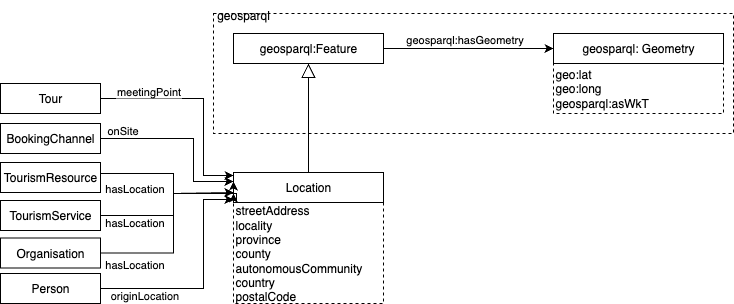
This is diagrams/fig3-Location.png from TURISMO-Ontologia/core-ontology, a draw.io export, as it was before one commit. Source tidied: cells renumbered, new cells last; positions are measured from the earlier drawing's top-left corner, leaving out a move shared by most shapes. Its diagram source:
```xml
<mxGraphModel>
  <root>
    <mxCell id="0" />
    <mxCell id="1" parent="0" />
    <mxCell id="2" style="edgeStyle=orthogonalEdgeStyle;rounded=0;jettySize=auto;html=1;exitX=1;exitY=0.5;exitDx=0;exitDy=0;entryX=0;entryY=0.5;entryDx=0;entryDy=0;" parent="1" edge="1" source="4" target="9">
      <mxGeometry relative="1" as="geometry" />
    </mxCell>
    <mxCell id="3" value="geosparql:hasGeometry" style="edgeLabel;html=1;align=center;verticalAlign=middle;" parent="2" vertex="1">
      <mxGeometry x="-0.28" y="2" relative="1" as="geometry">
        <mxPoint x="19" y="-8" as="offset" />
      </mxGeometry>
    </mxCell>
    <mxCell id="4" value="geosparql:Feature" style="rounded=0;whiteSpace=wrap;html=1;snapToPoint=1;points=[[0.1,0],[0.2,0],[0.3,0],[0.4,0],[0.5,0],[0.6,0],[0.7,0],[0.8,0],[0.9,0],[0,0.1],[0,0.3],[0,0.5],[0,0.7],[0,0.9],[0.1,1],[0.2,1],[0.3,1],[0.4,1],[0.5,1],[0.6,1],[0.7,1],[0.8,1],[0.9,1],[1,0.1],[1,0.3],[1,0.5],[1,0.7],[1,0.9]];" parent="1" vertex="1">
      <mxGeometry x="233" y="33" width="150" height="30" as="geometry" />
    </mxCell>
    <mxCell id="5" value="streetAddress&lt;div&gt;locality&lt;/div&gt;&lt;div&gt;province&lt;/div&gt;&lt;div&gt;county&lt;/div&gt;&lt;div&gt;autonomousCommunity&lt;/div&gt;&lt;div&gt;country&lt;/div&gt;&lt;div&gt;postalCode&lt;/div&gt;" style="rounded=0;whiteSpace=wrap;html=1;dashed=1;align=left;" parent="1" vertex="1">
      <mxGeometry x="233" y="202" width="150" height="101" as="geometry" />
    </mxCell>
    <mxCell id="6" value="Location" style="rounded=0;whiteSpace=wrap;html=1;snapToPoint=1;points=[[0.1,0],[0.2,0],[0.3,0],[0.4,0],[0.5,0],[0.6,0],[0.7,0],[0.8,0],[0.9,0],[0,0.1],[0,0.3],[0,0.5],[0,0.7],[0,0.9],[0.1,1],[0.2,1],[0.3,1],[0.4,1],[0.5,1],[0.6,1],[0.7,1],[0.8,1],[0.9,1],[1,0.1],[1,0.3],[1,0.5],[1,0.7],[1,0.9]];" parent="1" vertex="1">
      <mxGeometry x="233" y="172" width="150" height="30" as="geometry" />
    </mxCell>
    <mxCell id="7" style="endArrow=block;endFill=0;endSize=12;html=1;rounded=0;exitX=0.5;exitY=0;exitDx=0;exitDy=0;entryX=0.5;entryY=1;entryDx=0;entryDy=0;" parent="1" edge="1" source="6" target="4">
      <mxGeometry relative="1" as="geometry" />
    </mxCell>
    <mxCell id="8" value="geo:lat&lt;div&gt;geo:long&lt;/div&gt;&lt;div style=&quot;&quot;&gt;geosparql:asWkT&lt;/div&gt;" style="rounded=0;whiteSpace=wrap;html=1;dashed=1;align=left;" parent="1" vertex="1">
      <mxGeometry x="553" y="63" width="170" height="50" as="geometry" />
    </mxCell>
    <mxCell id="9" value="geosparql: Geometry" style="rounded=0;whiteSpace=wrap;html=1;snapToPoint=1;points=[[0.1,0],[0.2,0],[0.3,0],[0.4,0],[0.5,0],[0.6,0],[0.7,0],[0.8,0],[0.9,0],[0,0.1],[0,0.3],[0,0.5],[0,0.7],[0,0.9],[0.1,1],[0.2,1],[0.3,1],[0.4,1],[0.5,1],[0.6,1],[0.7,1],[0.8,1],[0.9,1],[1,0.1],[1,0.3],[1,0.5],[1,0.7],[1,0.9]];" parent="1" vertex="1">
      <mxGeometry x="553" y="33" width="170" height="30" as="geometry" />
    </mxCell>
    <mxCell id="10" style="edgeStyle=orthogonalEdgeStyle;rounded=0;jettySize=auto;html=1;exitX=1;exitY=0.5;exitDx=0;exitDy=0;entryX=0;entryY=0.3;entryDx=0;entryDy=0;" parent="1" edge="1" source="12">
      <mxGeometry relative="1" as="geometry">
        <mxPoint x="233" y="181" as="targetPoint" />
        <Array as="points">
          <mxPoint x="193" y="138" />
          <mxPoint x="193" y="181" />
        </Array>
      </mxGeometry>
    </mxCell>
    <mxCell id="11" value="onSite" style="edgeLabel;html=1;align=center;verticalAlign=middle;" parent="10" vertex="1">
      <mxGeometry x="-0.7" y="3" relative="1" as="geometry">
        <mxPoint x="-5" y="-6" as="offset" />
      </mxGeometry>
    </mxCell>
    <mxCell id="12" value="BookingChannel" style="rounded=0;whiteSpace=wrap;html=1;snapToPoint=1;points=[[0.1,0],[0.2,0],[0.3,0],[0.4,0],[0.5,0],[0.6,0],[0.7,0],[0.8,0],[0.9,0],[0,0.1],[0,0.3],[0,0.5],[0,0.7],[0,0.9],[0.1,1],[0.2,1],[0.3,1],[0.4,1],[0.5,1],[0.6,1],[0.7,1],[0.8,1],[0.9,1],[1,0.1],[1,0.3],[1,0.5],[1,0.7],[1,0.9]];" parent="1" vertex="1">
      <mxGeometry y="123" width="100" height="30" as="geometry" />
    </mxCell>
    <mxCell id="13" style="edgeStyle=orthogonalEdgeStyle;rounded=0;jettySize=auto;html=1;exitX=1;exitY=0.5;exitDx=0;exitDy=0;" parent="1" edge="1" source="15">
      <mxGeometry relative="1" as="geometry">
        <mxPoint x="233" y="192" as="targetPoint" />
        <Array as="points">
          <mxPoint x="100" y="173" />
          <mxPoint x="173" y="173" />
          <mxPoint x="173" y="193" />
        </Array>
      </mxGeometry>
    </mxCell>
    <mxCell id="14" value="hasLocation" style="edgeLabel;html=1;align=center;verticalAlign=middle;" parent="13" vertex="1">
      <mxGeometry x="-0.75" y="1" relative="1" as="geometry">
        <mxPoint x="18" y="15" as="offset" />
      </mxGeometry>
    </mxCell>
    <mxCell id="15" value="TourismResource" style="rounded=0;whiteSpace=wrap;html=1;snapToPoint=1;points=[[0.1,0],[0.2,0],[0.3,0],[0.4,0],[0.5,0],[0.6,0],[0.7,0],[0.8,0],[0.9,0],[0,0.1],[0,0.3],[0,0.5],[0,0.7],[0,0.9],[0.1,1],[0.2,1],[0.3,1],[0.4,1],[0.5,1],[0.6,1],[0.7,1],[0.8,1],[0.9,1],[1,0.1],[1,0.3],[1,0.5],[1,0.7],[1,0.9]];" parent="1" vertex="1">
      <mxGeometry y="162" width="100" height="30" as="geometry" />
    </mxCell>
    <mxCell id="16" style="edgeStyle=orthogonalEdgeStyle;rounded=0;jettySize=auto;html=1;exitX=1;exitY=0.5;exitDx=0;exitDy=0;entryX=0;entryY=0.9;entryDx=0;entryDy=0;" parent="1" edge="1" source="18">
      <mxGeometry relative="1" as="geometry">
        <mxPoint x="233" y="199" as="targetPoint" />
        <Array as="points">
          <mxPoint x="203" y="288" />
          <mxPoint x="203" y="199" />
        </Array>
      </mxGeometry>
    </mxCell>
    <mxCell id="17" value="originLocation" style="edgeLabel;html=1;align=center;verticalAlign=middle;" parent="16" vertex="1">
      <mxGeometry x="-0.68" y="-2" relative="1" as="geometry">
        <mxPoint x="7" y="4" as="offset" />
      </mxGeometry>
    </mxCell>
    <mxCell id="18" value="Person" style="rounded=0;whiteSpace=wrap;html=1;snapToPoint=1;points=[[0.1,0],[0.2,0],[0.3,0],[0.4,0],[0.5,0],[0.6,0],[0.7,0],[0.8,0],[0.9,0],[0,0.1],[0,0.3],[0,0.5],[0,0.7],[0,0.9],[0.1,1],[0.2,1],[0.3,1],[0.4,1],[0.5,1],[0.6,1],[0.7,1],[0.8,1],[0.9,1],[1,0.1],[1,0.3],[1,0.5],[1,0.7],[1,0.9]];" parent="1" vertex="1">
      <mxGeometry y="273" width="100" height="30" as="geometry" />
    </mxCell>
    <mxCell id="19" style="edgeStyle=orthogonalEdgeStyle;rounded=0;jettySize=auto;html=1;exitX=1;exitY=0.5;exitDx=0;exitDy=0;entryX=0;entryY=0.1;entryDx=0;entryDy=0;" parent="1" edge="1" source="21">
      <mxGeometry relative="1" as="geometry">
        <mxPoint x="233" y="175" as="targetPoint" />
        <Array as="points">
          <mxPoint x="203" y="98" />
          <mxPoint x="203" y="175" />
        </Array>
      </mxGeometry>
    </mxCell>
    <mxCell id="20" value="meetingPoint" style="edgeLabel;html=1;align=center;verticalAlign=middle;" parent="19" vertex="1">
      <mxGeometry x="-0.14" relative="1" as="geometry">
        <mxPoint x="-44" y="-8" as="offset" />
      </mxGeometry>
    </mxCell>
    <mxCell id="21" value="Tour" style="rounded=0;whiteSpace=wrap;html=1;snapToPoint=1;points=[[0.1,0],[0.2,0],[0.3,0],[0.4,0],[0.5,0],[0.6,0],[0.7,0],[0.8,0],[0.9,0],[0,0.1],[0,0.3],[0,0.5],[0,0.7],[0,0.9],[0.1,1],[0.2,1],[0.3,1],[0.4,1],[0.5,1],[0.6,1],[0.7,1],[0.8,1],[0.9,1],[1,0.1],[1,0.3],[1,0.5],[1,0.7],[1,0.9]];" parent="1" vertex="1">
      <mxGeometry y="83" width="100" height="30" as="geometry" />
    </mxCell>
    <mxCell id="22" style="rounded=0;whiteSpace=wrap;html=1;fillColor=none;dashed=1;align=left;" parent="1" vertex="1">
      <mxGeometry x="213" y="13" width="520" height="120" as="geometry" />
    </mxCell>
    <mxCell id="23" value="geosparql" style="text;html=1;align=center;verticalAlign=middle;whiteSpace=wrap;rounded=0;" parent="1" vertex="1">
      <mxGeometry x="213" width="60" height="30" as="geometry" />
    </mxCell>
    <mxCell id="24" value="TourismService" style="rounded=0;whiteSpace=wrap;html=1;snapToPoint=1;points=[[0.1,0],[0.2,0],[0.3,0],[0.4,0],[0.5,0],[0.6,0],[0.7,0],[0.8,0],[0.9,0],[0,0.1],[0,0.3],[0,0.5],[0,0.7],[0,0.9],[0.1,1],[0.2,1],[0.3,1],[0.4,1],[0.5,1],[0.6,1],[0.7,1],[0.8,1],[0.9,1],[1,0.1],[1,0.3],[1,0.5],[1,0.7],[1,0.9]];" parent="1" vertex="1">
      <mxGeometry y="200" width="100" height="30" as="geometry" />
    </mxCell>
    <mxCell id="25" value="Organisation" style="rounded=0;whiteSpace=wrap;html=1;snapToPoint=1;points=[[0.1,0],[0.2,0],[0.3,0],[0.4,0],[0.5,0],[0.6,0],[0.7,0],[0.8,0],[0.9,0],[0,0.1],[0,0.3],[0,0.5],[0,0.7],[0,0.9],[0.1,1],[0.2,1],[0.3,1],[0.4,1],[0.5,1],[0.6,1],[0.7,1],[0.8,1],[0.9,1],[1,0.1],[1,0.3],[1,0.5],[1,0.7],[1,0.9]];" parent="1" vertex="1">
      <mxGeometry y="237.5" width="100" height="30" as="geometry" />
    </mxCell>
    <mxCell id="26" style="edgeStyle=orthogonalEdgeStyle;rounded=0;jettySize=auto;html=1;exitX=1;exitY=0.5;exitDx=0;exitDy=0;entryX=0;entryY=0.7;entryDx=0;entryDy=0;" parent="1" edge="1" source="24" target="6">
      <mxGeometry relative="1" as="geometry">
        <Array as="points">
          <mxPoint x="173" y="215" />
          <mxPoint x="173" y="193" />
          <mxPoint x="236" y="193" />
          <mxPoint x="236" y="199" />
          <mxPoint x="233" y="199" />
        </Array>
      </mxGeometry>
    </mxCell>
    <mxCell id="27" value="hasLocation" style="edgeLabel;html=1;align=center;verticalAlign=middle;" parent="26" vertex="1">
      <mxGeometry x="-0.75" y="1" relative="1" as="geometry">
        <mxPoint x="12" y="7" as="offset" />
      </mxGeometry>
    </mxCell>
    <mxCell id="28" style="edgeStyle=orthogonalEdgeStyle;rounded=0;jettySize=auto;html=1;exitX=1;exitY=0.5;exitDx=0;exitDy=0;entryX=0;entryY=0.3;entryDx=0;entryDy=0;" parent="1" edge="1" source="25" target="6">
      <mxGeometry relative="1" as="geometry">
        <Array as="points">
          <mxPoint x="173" y="253" />
          <mxPoint x="173" y="193" />
          <mxPoint x="233" y="193" />
        </Array>
      </mxGeometry>
    </mxCell>
    <mxCell id="29" value="hasLocation" style="edgeLabel;html=1;align=center;verticalAlign=middle;" parent="28" vertex="1">
      <mxGeometry x="-0.75" y="1" relative="1" as="geometry">
        <mxPoint x="8" y="12" as="offset" />
      </mxGeometry>
    </mxCell>
  </root>
</mxGraphModel>
```
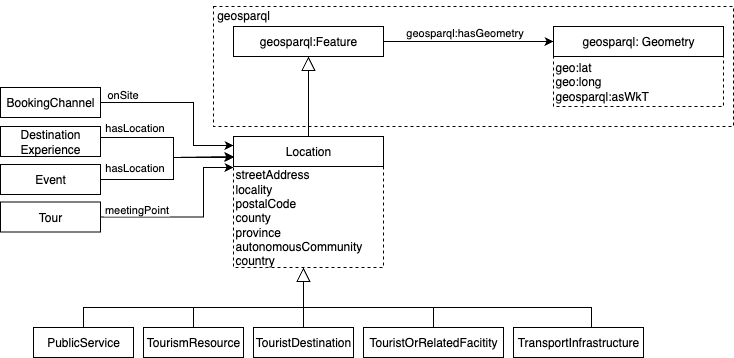
After the commit.

Change to the diagram source:
```diff
@@ -11,9 +11,9 @@
       </mxGeometry>
     </mxCell>
     <mxCell id="4" value="geosparql:Feature" style="rounded=0;whiteSpace=wrap;html=1;snapToPoint=1;points=[[0.1,0],[0.2,0],[0.3,0],[0.4,0],[0.5,0],[0.6,0],[0.7,0],[0.8,0],[0.9,0],[0,0.1],[0,0.3],[0,0.5],[0,0.7],[0,0.9],[0.1,1],[0.2,1],[0.3,1],[0.4,1],[0.5,1],[0.6,1],[0.7,1],[0.8,1],[0.9,1],[1,0.1],[1,0.3],[1,0.5],[1,0.7],[1,0.9]];" parent="1" vertex="1">
-      <mxGeometry x="233" y="33" width="150" height="30" as="geometry" />
+      <mxGeometry x="233" y="62" width="150" height="30" as="geometry" />
     </mxCell>
-    <mxCell id="5" value="streetAddress&lt;div&gt;locality&lt;/div&gt;&lt;div&gt;province&lt;/div&gt;&lt;div&gt;county&lt;/div&gt;&lt;div&gt;autonomousCommunity&lt;/div&gt;&lt;div&gt;country&lt;/div&gt;&lt;div&gt;postalCode&lt;/div&gt;" style="rounded=0;whiteSpace=wrap;html=1;dashed=1;align=left;" parent="1" vertex="1">
+    <mxCell id="5" value="streetAddress&lt;div&gt;locality&lt;/div&gt;&lt;div&gt;postalCode&lt;/div&gt;&lt;div&gt;&lt;span style=&quot;background-color: transparent; color: light-dark(rgb(0, 0, 0), rgb(255, 255, 255));&quot;&gt;county&amp;nbsp;&lt;/span&gt;&lt;/div&gt;&lt;div&gt;province&lt;/div&gt;&lt;div&gt;autonomousCommunity&lt;/div&gt;&lt;div&gt;country&lt;/div&gt;" style="rounded=0;whiteSpace=wrap;html=1;dashed=1;align=left;" parent="1" vertex="1">
       <mxGeometry x="233" y="202" width="150" height="101" as="geometry" />
     </mxCell>
     <mxCell id="6" value="Location" style="rounded=0;whiteSpace=wrap;html=1;snapToPoint=1;points=[[0.1,0],[0.2,0],[0.3,0],[0.4,0],[0.5,0],[0.6,0],[0.7,0],[0.8,0],[0.9,0],[0,0.1],[0,0.3],[0,0.5],[0,0.7],[0,0.9],[0.1,1],[0.2,1],[0.3,1],[0.4,1],[0.5,1],[0.6,1],[0.7,1],[0.8,1],[0.9,1],[1,0.1],[1,0.3],[1,0.5],[1,0.7],[1,0.9]];" parent="1" vertex="1">
@@ -23,10 +23,10 @@
       <mxGeometry relative="1" as="geometry" />
     </mxCell>
     <mxCell id="8" value="geo:lat&lt;div&gt;geo:long&lt;/div&gt;&lt;div style=&quot;&quot;&gt;geosparql:asWkT&lt;/div&gt;" style="rounded=0;whiteSpace=wrap;html=1;dashed=1;align=left;" parent="1" vertex="1">
-      <mxGeometry x="553" y="63" width="170" height="50" as="geometry" />
+      <mxGeometry x="553" y="92" width="170" height="50" as="geometry" />
     </mxCell>
     <mxCell id="9" value="geosparql: Geometry" style="rounded=0;whiteSpace=wrap;html=1;snapToPoint=1;points=[[0.1,0],[0.2,0],[0.3,0],[0.4,0],[0.5,0],[0.6,0],[0.7,0],[0.8,0],[0.9,0],[0,0.1],[0,0.3],[0,0.5],[0,0.7],[0,0.9],[0.1,1],[0.2,1],[0.3,1],[0.4,1],[0.5,1],[0.6,1],[0.7,1],[0.8,1],[0.9,1],[1,0.1],[1,0.3],[1,0.5],[1,0.7],[1,0.9]];" parent="1" vertex="1">
-      <mxGeometry x="553" y="33" width="170" height="30" as="geometry" />
+      <mxGeometry x="553" y="62" width="170" height="30" as="geometry" />
     </mxCell>
     <mxCell id="10" style="edgeStyle=orthogonalEdgeStyle;rounded=0;jettySize=auto;html=1;exitX=1;exitY=0.5;exitDx=0;exitDy=0;entryX=0;entryY=0.3;entryDx=0;entryDy=0;" parent="1" edge="1" source="12">
       <mxGeometry relative="1" as="geometry">
@@ -57,35 +57,19 @@
     </mxCell>
     <mxCell id="14" value="hasLocation" style="edgeLabel;html=1;align=center;verticalAlign=middle;" parent="13" vertex="1">
       <mxGeometry x="-0.75" y="1" relative="1" as="geometry">
-        <mxPoint x="18" y="15" as="offset" />
+        <mxPoint x="18" y="-10" as="offset" />
       </mxGeometry>
     </mxCell>
-    <mxCell id="15" value="TourismResource" style="rounded=0;whiteSpace=wrap;html=1;snapToPoint=1;points=[[0.1,0],[0.2,0],[0.3,0],[0.4,0],[0.5,0],[0.6,0],[0.7,0],[0.8,0],[0.9,0],[0,0.1],[0,0.3],[0,0.5],[0,0.7],[0,0.9],[0.1,1],[0.2,1],[0.3,1],[0.4,1],[0.5,1],[0.6,1],[0.7,1],[0.8,1],[0.9,1],[1,0.1],[1,0.3],[1,0.5],[1,0.7],[1,0.9]];" parent="1" vertex="1">
+    <mxCell id="15" value="Destination&lt;br&gt;Experience" style="rounded=0;whiteSpace=wrap;html=1;snapToPoint=1;points=[[0.1,0],[0.2,0],[0.3,0],[0.4,0],[0.5,0],[0.6,0],[0.7,0],[0.8,0],[0.9,0],[0,0.1],[0,0.3],[0,0.5],[0,0.7],[0,0.9],[0.1,1],[0.2,1],[0.3,1],[0.4,1],[0.5,1],[0.6,1],[0.7,1],[0.8,1],[0.9,1],[1,0.1],[1,0.3],[1,0.5],[1,0.7],[1,0.9]];" parent="1" vertex="1">
       <mxGeometry y="162" width="100" height="30" as="geometry" />
     </mxCell>
-    <mxCell id="16" style="edgeStyle=orthogonalEdgeStyle;rounded=0;jettySize=auto;html=1;exitX=1;exitY=0.5;exitDx=0;exitDy=0;entryX=0;entryY=0.9;entryDx=0;entryDy=0;" parent="1" edge="1" source="18">
-      <mxGeometry relative="1" as="geometry">
-        <mxPoint x="233" y="199" as="targetPoint" />
-        <Array as="points">
-          <mxPoint x="203" y="288" />
-          <mxPoint x="203" y="199" />
-        </Array>
-      </mxGeometry>
-    </mxCell>
-    <mxCell id="17" value="originLocation" style="edgeLabel;html=1;align=center;verticalAlign=middle;" parent="16" vertex="1">
-      <mxGeometry x="-0.68" y="-2" relative="1" as="geometry">
-        <mxPoint x="7" y="4" as="offset" />
-      </mxGeometry>
-    </mxCell>
-    <mxCell id="18" value="Person" style="rounded=0;whiteSpace=wrap;html=1;snapToPoint=1;points=[[0.1,0],[0.2,0],[0.3,0],[0.4,0],[0.5,0],[0.6,0],[0.7,0],[0.8,0],[0.9,0],[0,0.1],[0,0.3],[0,0.5],[0,0.7],[0,0.9],[0.1,1],[0.2,1],[0.3,1],[0.4,1],[0.5,1],[0.6,1],[0.7,1],[0.8,1],[0.9,1],[1,0.1],[1,0.3],[1,0.5],[1,0.7],[1,0.9]];" parent="1" vertex="1">
-      <mxGeometry y="273" width="100" height="30" as="geometry" />
-    </mxCell>
-    <mxCell id="19" style="edgeStyle=orthogonalEdgeStyle;rounded=0;jettySize=auto;html=1;exitX=1;exitY=0.5;exitDx=0;exitDy=0;entryX=0;entryY=0.1;entryDx=0;entryDy=0;" parent="1" edge="1" source="21">
+    <mxCell id="19" style="edgeStyle=orthogonalEdgeStyle;rounded=0;jettySize=auto;html=1;exitX=1;exitY=0.5;exitDx=0;exitDy=0;" parent="1" edge="1" source="21">
       <mxGeometry relative="1" as="geometry">
-        <mxPoint x="233" y="175" as="targetPoint" />
+        <mxPoint x="233" y="203" as="targetPoint" />
         <Array as="points">
-          <mxPoint x="203" y="98" />
-          <mxPoint x="203" y="175" />
+          <mxPoint x="203" y="253" />
+          <mxPoint x="203" y="203" />
+          <mxPoint x="233" y="203" />
         </Array>
       </mxGeometry>
     </mxCell>
@@ -95,49 +79,71 @@
       </mxGeometry>
     </mxCell>
     <mxCell id="21" value="Tour" style="rounded=0;whiteSpace=wrap;html=1;snapToPoint=1;points=[[0.1,0],[0.2,0],[0.3,0],[0.4,0],[0.5,0],[0.6,0],[0.7,0],[0.8,0],[0.9,0],[0,0.1],[0,0.3],[0,0.5],[0,0.7],[0,0.9],[0.1,1],[0.2,1],[0.3,1],[0.4,1],[0.5,1],[0.6,1],[0.7,1],[0.8,1],[0.9,1],[1,0.1],[1,0.3],[1,0.5],[1,0.7],[1,0.9]];" parent="1" vertex="1">
-      <mxGeometry y="83" width="100" height="30" as="geometry" />
+      <mxGeometry y="237.5" width="100" height="30" as="geometry" />
     </mxCell>
     <mxCell id="22" style="rounded=0;whiteSpace=wrap;html=1;fillColor=none;dashed=1;align=left;" parent="1" vertex="1">
-      <mxGeometry x="213" y="13" width="520" height="120" as="geometry" />
+      <mxGeometry x="213" y="42" width="520" height="120" as="geometry" />
     </mxCell>
     <mxCell id="23" value="geosparql" style="text;html=1;align=center;verticalAlign=middle;whiteSpace=wrap;rounded=0;" parent="1" vertex="1">
-      <mxGeometry x="213" width="60" height="30" as="geometry" />
+      <mxGeometry x="213" y="36" width="60" height="30" as="geometry" />
     </mxCell>
-    <mxCell id="24" value="TourismService" style="rounded=0;whiteSpace=wrap;html=1;snapToPoint=1;points=[[0.1,0],[0.2,0],[0.3,0],[0.4,0],[0.5,0],[0.6,0],[0.7,0],[0.8,0],[0.9,0],[0,0.1],[0,0.3],[0,0.5],[0,0.7],[0,0.9],[0.1,1],[0.2,1],[0.3,1],[0.4,1],[0.5,1],[0.6,1],[0.7,1],[0.8,1],[0.9,1],[1,0.1],[1,0.3],[1,0.5],[1,0.7],[1,0.9]];" parent="1" vertex="1">
+    <mxCell id="24" value="Event" style="rounded=0;whiteSpace=wrap;html=1;snapToPoint=1;points=[[0.1,0],[0.2,0],[0.3,0],[0.4,0],[0.5,0],[0.6,0],[0.7,0],[0.8,0],[0.9,0],[0,0.1],[0,0.3],[0,0.5],[0,0.7],[0,0.9],[0.1,1],[0.2,1],[0.3,1],[0.4,1],[0.5,1],[0.6,1],[0.7,1],[0.8,1],[0.9,1],[1,0.1],[1,0.3],[1,0.5],[1,0.7],[1,0.9]];" parent="1" vertex="1">
       <mxGeometry y="200" width="100" height="30" as="geometry" />
     </mxCell>
-    <mxCell id="25" value="Organisation" style="rounded=0;whiteSpace=wrap;html=1;snapToPoint=1;points=[[0.1,0],[0.2,0],[0.3,0],[0.4,0],[0.5,0],[0.6,0],[0.7,0],[0.8,0],[0.9,0],[0,0.1],[0,0.3],[0,0.5],[0,0.7],[0,0.9],[0.1,1],[0.2,1],[0.3,1],[0.4,1],[0.5,1],[0.6,1],[0.7,1],[0.8,1],[0.9,1],[1,0.1],[1,0.3],[1,0.5],[1,0.7],[1,0.9]];" parent="1" vertex="1">
-      <mxGeometry y="237.5" width="100" height="30" as="geometry" />
-    </mxCell>
-    <mxCell id="26" style="edgeStyle=orthogonalEdgeStyle;rounded=0;jettySize=auto;html=1;exitX=1;exitY=0.5;exitDx=0;exitDy=0;entryX=0;entryY=0.7;entryDx=0;entryDy=0;" parent="1" edge="1" source="24" target="6">
+    <mxCell id="26" style="edgeStyle=orthogonalEdgeStyle;rounded=0;jettySize=auto;html=1;exitX=1;exitY=0.5;exitDx=0;exitDy=0;" parent="1" edge="1" source="24">
       <mxGeometry relative="1" as="geometry">
+        <mxPoint x="233" y="193" as="targetPoint" />
         <Array as="points">
           <mxPoint x="173" y="215" />
           <mxPoint x="173" y="193" />
-          <mxPoint x="236" y="193" />
-          <mxPoint x="236" y="199" />
-          <mxPoint x="233" y="199" />
         </Array>
       </mxGeometry>
     </mxCell>
     <mxCell id="27" value="hasLocation" style="edgeLabel;html=1;align=center;verticalAlign=middle;" parent="26" vertex="1">
       <mxGeometry x="-0.75" y="1" relative="1" as="geometry">
-        <mxPoint x="12" y="7" as="offset" />
+        <mxPoint x="14" y="-12" as="offset" />
       </mxGeometry>
     </mxCell>
-    <mxCell id="28" style="edgeStyle=orthogonalEdgeStyle;rounded=0;jettySize=auto;html=1;exitX=1;exitY=0.5;exitDx=0;exitDy=0;entryX=0;entryY=0.3;entryDx=0;entryDy=0;" parent="1" edge="1" source="25" target="6">
-      <mxGeometry relative="1" as="geometry">
-        <Array as="points">
-          <mxPoint x="173" y="253" />
-          <mxPoint x="173" y="193" />
-          <mxPoint x="233" y="193" />
-        </Array>
-      </mxGeometry>
-    </mxCell>
-    <mxCell id="29" value="hasLocation" style="edgeLabel;html=1;align=center;verticalAlign=middle;" parent="28" vertex="1">
-      <mxGeometry x="-0.75" y="1" relative="1" as="geometry">
-        <mxPoint x="8" y="12" as="offset" />
-      </mxGeometry>
-    </mxCell>
+    <mxCell id="30" value="PublicService" style="rounded=0;whiteSpace=wrap;html=1;snapToPoint=1;points=[[0.1,0],[0.2,0],[0.3,0],[0.4,0],[0.5,0],[0.6,0],[0.7,0],[0.8,0],[0.9,0],[0,0.1],[0,0.3],[0,0.5],[0,0.7],[0,0.9],[0.1,1],[0.2,1],[0.3,1],[0.4,1],[0.5,1],[0.6,1],[0.7,1],[0.8,1],[0.9,1],[1,0.1],[1,0.3],[1,0.5],[1,0.7],[1,0.9]];" parent="1" vertex="1">
+      <mxGeometry x="33" y="363" width="100" height="30" as="geometry" />
+    </mxCell>
+    <mxCell id="31" value="TourismResource" style="rounded=0;whiteSpace=wrap;html=1;snapToPoint=1;points=[[0.1,0],[0.2,0],[0.3,0],[0.4,0],[0.5,0],[0.6,0],[0.7,0],[0.8,0],[0.9,0],[0,0.1],[0,0.3],[0,0.5],[0,0.7],[0,0.9],[0.1,1],[0.2,1],[0.3,1],[0.4,1],[0.5,1],[0.6,1],[0.7,1],[0.8,1],[0.9,1],[1,0.1],[1,0.3],[1,0.5],[1,0.7],[1,0.9]];" parent="1" vertex="1">
+      <mxGeometry x="143" y="363" width="100" height="30" as="geometry" />
+    </mxCell>
+    <mxCell id="32" value="TouristDestination" style="rounded=0;whiteSpace=wrap;html=1;snapToPoint=1;points=[[0.1,0],[0.2,0],[0.3,0],[0.4,0],[0.5,0],[0.6,0],[0.7,0],[0.8,0],[0.9,0],[0,0.1],[0,0.3],[0,0.5],[0,0.7],[0,0.9],[0.1,1],[0.2,1],[0.3,1],[0.4,1],[0.5,1],[0.6,1],[0.7,1],[0.8,1],[0.9,1],[1,0.1],[1,0.3],[1,0.5],[1,0.7],[1,0.9]];" parent="1" vertex="1">
+      <mxGeometry x="253" y="363" width="100" height="30" as="geometry" />
+    </mxCell>
+    <mxCell id="33" value="TouristOrRelatedFacitity" style="rounded=0;whiteSpace=wrap;html=1;snapToPoint=1;points=[[0.1,0],[0.2,0],[0.3,0],[0.4,0],[0.5,0],[0.6,0],[0.7,0],[0.8,0],[0.9,0],[0,0.1],[0,0.3],[0,0.5],[0,0.7],[0,0.9],[0.1,1],[0.2,1],[0.3,1],[0.4,1],[0.5,1],[0.6,1],[0.7,1],[0.8,1],[0.9,1],[1,0.1],[1,0.3],[1,0.5],[1,0.7],[1,0.9]];" parent="1" vertex="1">
+      <mxGeometry x="363" y="363" width="140" height="30" as="geometry" />
+    </mxCell>
+    <mxCell id="34" value="TransportInfrastructure" style="rounded=0;whiteSpace=wrap;html=1;snapToPoint=1;points=[[0.1,0],[0.2,0],[0.3,0],[0.4,0],[0.5,0],[0.6,0],[0.7,0],[0.8,0],[0.9,0],[0,0.1],[0,0.3],[0,0.5],[0,0.7],[0,0.9],[0.1,1],[0.2,1],[0.3,1],[0.4,1],[0.5,1],[0.6,1],[0.7,1],[0.8,1],[0.9,1],[1,0.1],[1,0.3],[1,0.5],[1,0.7],[1,0.9]];" parent="1" vertex="1">
+      <mxGeometry x="513" y="363" width="130" height="30" as="geometry" />
+    </mxCell>
+    <mxCell id="35" style="endArrow=block;endFill=0;endSize=12;html=1;rounded=0;exitX=0.5;exitY=0;exitDx=0;exitDy=0;entryX=0.5;entryY=1;entryDx=0;entryDy=0;" parent="1" edge="1" source="32">
+      <mxGeometry relative="1" as="geometry">
+        <mxPoint x="303" y="303" as="targetPoint" />
+        <Array as="points">
+          <mxPoint x="303" y="343" />
+        </Array>
+      </mxGeometry>
+    </mxCell>
+    <mxCell id="36" style="endArrow=none;html=1;rounded=0;exitX=0.5;exitY=0;exitDx=0;exitDy=0;entryX=0.6;entryY=0;entryDx=0;entryDy=0;" parent="1" edge="1" source="30" target="34">
+      <mxGeometry relative="1" as="geometry">
+        <Array as="points">
+          <mxPoint x="83" y="343" />
+          <mxPoint x="591" y="343" />
+        </Array>
+      </mxGeometry>
+    </mxCell>
+    <mxCell id="37" style="endArrow=none;html=1;rounded=0;exitX=0.5;exitY=0;exitDx=0;exitDy=0;" parent="1" edge="1" source="31">
+      <mxGeometry relative="1" as="geometry">
+        <mxPoint x="193" y="343" as="targetPoint" />
+      </mxGeometry>
+    </mxCell>
+    <mxCell id="38" style="endArrow=none;html=1;rounded=0;exitX=0.5;exitY=0;exitDx=0;exitDy=0;" parent="1" edge="1" source="33">
+      <mxGeometry relative="1" as="geometry">
+        <mxPoint x="433" y="343" as="targetPoint" />
+      </mxGeometry>
+    </mxCell>
   </root>
 </mxGraphModel>
```
